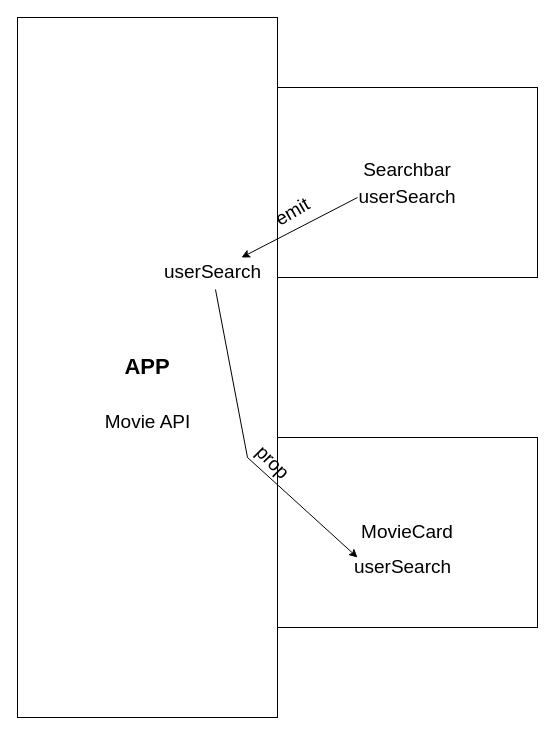
Above: Untitled Diagram.drawio in AlessioBottin/vue-boolflix (draw.io), before the change. Source tidied: cells renumbered, new cells numbered last; positions are measured from the earlier drawing's top-left corner, leaving out a move shared by most shapes. Both pictures are drawn from the tidied source at 100%, with x=0, y=0 at pixel (17, 17).
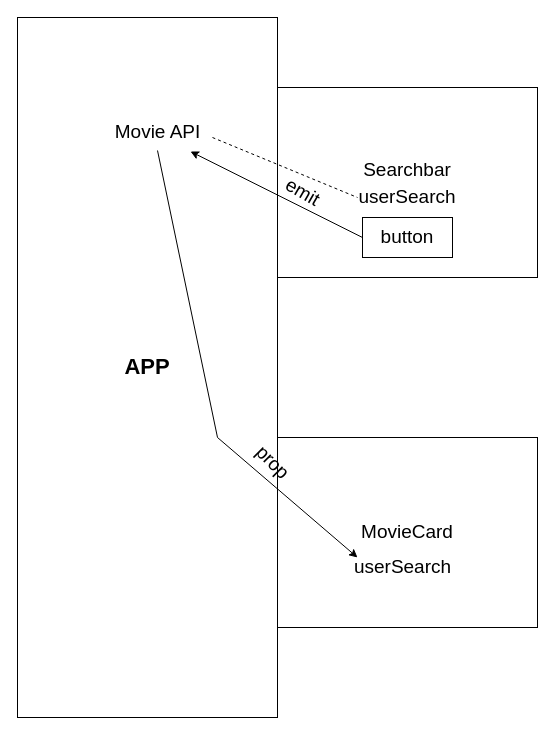
Above is the later version.

What changed in the source:
```diff
@@
 <mxGraphModel>
   <root>
     <mxCell id="0" />
     <mxCell id="1" parent="0" />
     <mxCell id="2" value="&lt;b style=&quot;line-height: 1.2&quot;&gt;&lt;font style=&quot;font-size: 22px&quot;&gt;APP&lt;/font&gt;&lt;/b&gt;" style="rounded=0;whiteSpace=wrap;html=1;" parent="1" vertex="1">
       <mxGeometry width="260" height="700" as="geometry" />
     </mxCell>
     <mxCell id="3" value="&lt;font style=&quot;font-size: 19px&quot;&gt;Searchbar&lt;br&gt;userSearch&lt;br&gt;&lt;/font&gt;" style="rounded=0;whiteSpace=wrap;html=1;fontSize=22;" parent="1" vertex="1">
       <mxGeometry x="260" y="70" width="260" height="190" as="geometry" />
     </mxCell>
     <mxCell id="4" value="MovieCard" style="rounded=0;whiteSpace=wrap;html=1;fontSize=19;" parent="1" vertex="1">
       <mxGeometry x="260" y="420" width="260" height="190" as="geometry" />
     </mxCell>
-    <mxCell id="5" style="endArrow=classic;html=1;rounded=0;fontSize=19;" parent="1" edge="1" target="7">
-      <mxGeometry relative="1" as="geometry">
-        <mxPoint x="340" y="180" as="sourcePoint" />
-      </mxGeometry>
+    <mxCell id="5" style="endArrow=classic;html=1;rounded=0;fontSize=19;exitX=0;exitY=0.5;exitDx=0;exitDy=0;entryX=0.83;entryY=1.133;entryDx=0;entryDy=0;entryPerimeter=0;" parent="1" edge="1" source="12" target="11">
+      <mxGeometry relative="1" as="geometry" />
     </mxCell>
-    <mxCell id="6" value="emit" style="text;html=1;align=center;verticalAlign=middle;strokeColor=none;fillColor=none;fontSize=19;rotation=-30;" parent="1" vertex="1">
-      <mxGeometry x="250" y="180" width="50" height="30" as="geometry" />
+    <mxCell id="6" value="emit" style="text;html=1;align=center;verticalAlign=middle;strokeColor=none;fillColor=none;fontSize=19;rotation=30;" parent="1" vertex="1">
+      <mxGeometry x="260" y="160" width="50" height="30" as="geometry" />
     </mxCell>
-    <mxCell id="7" value="userSearch" style="text;html=1;align=center;verticalAlign=middle;points=[];strokeColor=none;fillColor=none;fontSize=19;" parent="1" vertex="1">
-      <mxGeometry x="140" y="240" width="110" height="30" as="geometry" />
-    </mxCell>
-    <mxCell id="8" style="endArrow=classic;html=1;rounded=0;fontSize=19;exitX=0.527;exitY=1.067;exitDx=0;exitDy=0;exitPerimeter=0;" parent="1" edge="1" source="7">
+    <mxCell id="8" style="endArrow=classic;html=1;rounded=0;fontSize=19;exitX=0.5;exitY=1.1;exitDx=0;exitDy=0;exitPerimeter=0;" parent="1" edge="1" source="11">
       <mxGeometry relative="1" as="geometry">
         <mxPoint x="340" y="540" as="targetPoint" />
         <Array as="points">
-          <mxPoint x="230" y="440" />
+          <mxPoint x="200" y="420" />
         </Array>
       </mxGeometry>
     </mxCell>
     <mxCell id="9" value="userSearch" style="text;html=1;align=center;verticalAlign=middle;strokeColor=none;fillColor=none;fontSize=19;" parent="1" vertex="1">
       <mxGeometry x="330" y="535" width="110" height="30" as="geometry" />
     </mxCell>
     <mxCell id="10" value="prop" style="text;html=1;align=center;verticalAlign=middle;strokeColor=none;fillColor=none;fontSize=19;rotation=45;" parent="1" vertex="1">
       <mxGeometry x="230" y="430" width="50" height="30" as="geometry" />
     </mxCell>
     <mxCell id="11" value="Movie API" style="text;html=1;align=center;verticalAlign=middle;points=[];strokeColor=none;fillColor=none;fontSize=19;" parent="1" vertex="1">
-      <mxGeometry x="80" y="390" width="100" height="30" as="geometry" />
+      <mxGeometry x="90" y="100" width="100" height="30" as="geometry" />
     </mxCell>
+    <mxCell id="12" value="button" style="rounded=0;whiteSpace=wrap;html=1;fontSize=19;" parent="1" vertex="1">
+      <mxGeometry x="345" y="200" width="90" height="40" as="geometry" />
+    </mxCell>
+    <mxCell id="13" style="endArrow=none;dashed=1;html=1;rounded=0;fontSize=19;exitX=1.05;exitY=0.667;exitDx=0;exitDy=0;exitPerimeter=0;" parent="1" edge="1" source="11">
+      <mxGeometry relative="1" as="geometry">
+        <mxPoint x="340" y="180" as="targetPoint" />
+      </mxGeometry>
+    </mxCell>
   </root>
 </mxGraphModel>
```
